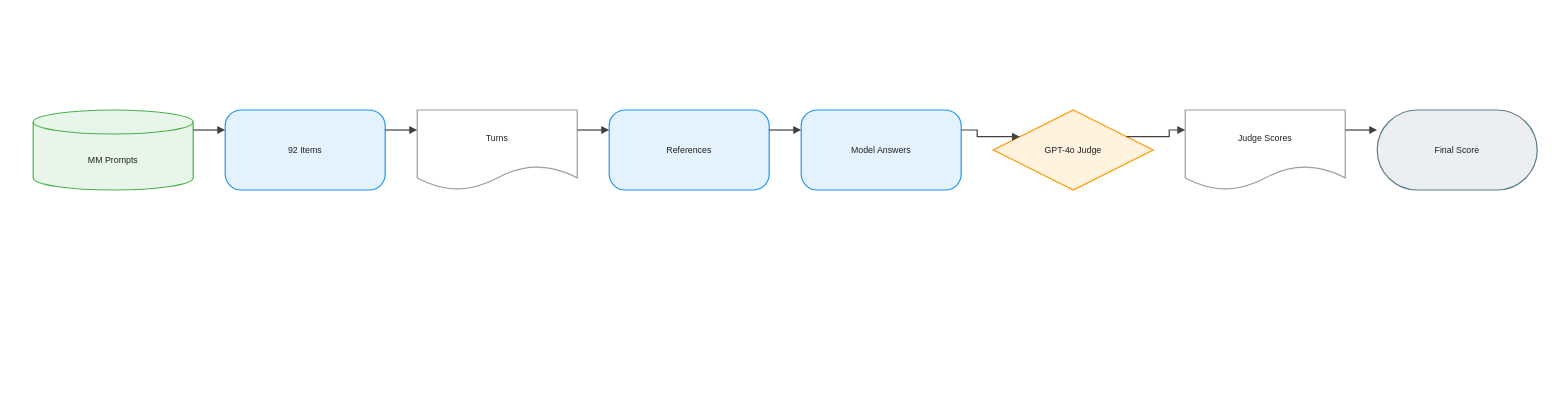
Above: client/public/drawio/MM-MTBench/MM-MTBench.en.drawio in joe1chief/benchmark-hub (draw.io), before the change. Source tidied: cells renumbered, new cells numbered last; positions are measured from the earlier drawing's top-left corner, leaving out a move shared by most shapes. Both pictures are drawn from the tidied source at 80%, with x=0, y=0 at pixel (33, 110).
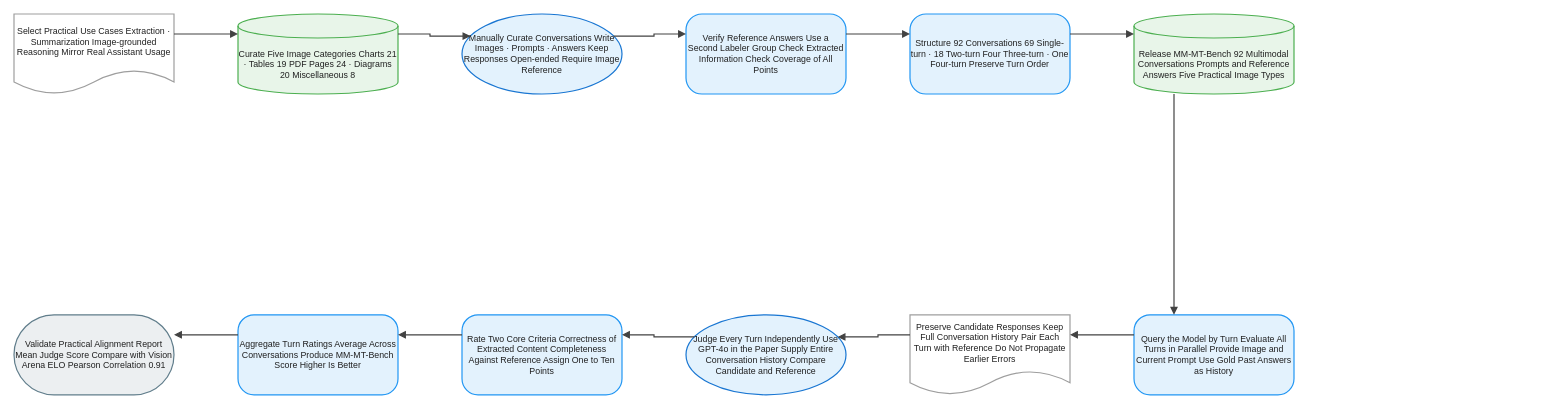
The same page after the edit.

Change to the diagram source:
```diff
@@
-    <mxCell id="2" value="MM Prompts" style="shape=cylinder3;boundedLbl=1;backgroundOutline=1;size=15;html=1;whiteSpace=wrap;fillColor=#E8F5E9;strokeColor=#4CAF50;strokeWidth=1.5;fontColor=#212121;fontSize=11;fontFamily=Arial, Helvetica, sans-serif;verticalAlign=middle;align=center;" parent="1" vertex="1">
-      <mxGeometry width="200" height="100" as="geometry" />
+    <mxCell id="2" value="Select Practical Use Cases Extraction · Summarization Image-grounded Reasoning Mirror Real Assistant Usage" style="shape=document;boundedLbl=1;html=1;whiteSpace=wrap;fillColor=#FFFFFF;strokeColor=#9E9E9E;strokeWidth=1.5;fontColor=#212121;fontSize=11;fontFamily=Arial, Helvetica, sans-serif;verticalAlign=middle;align=center;" parent="1" vertex="1">
+      <mxGeometry x="-24" y="-120" width="200" height="100" as="geometry" />
     </mxCell>
-    <mxCell id="3" value="92 Items" style="rounded=1;arcSize=20;html=1;whiteSpace=wrap;fillColor=#E3F2FD;strokeColor=#2196F3;strokeWidth=1.5;fontColor=#212121;fontSize=11;fontFamily=Arial, Helvetica, sans-serif;verticalAlign=middle;align=center;" parent="1" vertex="1">
-      <mxGeometry x="240" width="200" height="100" as="geometry" />
+    <mxCell id="3" value="Curate Five Image Categories Charts 21 · Tables 19 PDF Pages 24 · Diagrams 20 Miscellaneous 8" style="shape=cylinder3;boundedLbl=1;backgroundOutline=1;size=15;html=1;whiteSpace=wrap;fillColor=#E8F5E9;strokeColor=#4CAF50;strokeWidth=1.5;fontColor=#212121;fontSize=11;fontFamily=Arial, Helvetica, sans-serif;verticalAlign=middle;align=center;" parent="1" vertex="1">
+      <mxGeometry x="256" y="-120" width="200" height="100" as="geometry" />
     </mxCell>
-    <mxCell id="4" value="Turns" style="shape=document;boundedLbl=1;html=1;whiteSpace=wrap;fillColor=#FFFFFF;strokeColor=#9E9E9E;strokeWidth=1.5;fontColor=#212121;fontSize=11;fontFamily=Arial, Helvetica, sans-serif;verticalAlign=middle;align=center;" parent="1" vertex="1">
-      <mxGeometry x="480" width="200" height="100" as="geometry" />
+    <mxCell id="4" value="Manually Curate Conversations Write Images · Prompts · Answers Keep Responses Open-ended Require Image Reference" style="ellipse;html=1;whiteSpace=wrap;fillColor=#E3F2FD;strokeColor=#1976D2;strokeWidth=1.5;fontColor=#212121;fontSize=11;fontFamily=Arial, Helvetica, sans-serif;verticalAlign=middle;align=center;" parent="1" vertex="1">
+      <mxGeometry x="536" y="-120" width="200" height="100" as="geometry" />
     </mxCell>
-    <mxCell id="5" value="References" style="rounded=1;arcSize=20;html=1;whiteSpace=wrap;fillColor=#E3F2FD;strokeColor=#2196F3;strokeWidth=1.5;fontColor=#212121;fontSize=11;fontFamily=Arial, Helvetica, sans-serif;verticalAlign=middle;align=center;" parent="1" vertex="1">
-      <mxGeometry x="720" width="200" height="100" as="geometry" />
+    <mxCell id="5" value="Verify Reference Answers Use a Second Labeler Group Check Extracted Information Check Coverage of All Points" style="rounded=1;arcSize=20;html=1;whiteSpace=wrap;fillColor=#E3F2FD;strokeColor=#2196F3;strokeWidth=1.5;fontColor=#212121;fontSize=11;fontFamily=Arial, Helvetica, sans-serif;verticalAlign=middle;align=center;" parent="1" vertex="1">
+      <mxGeometry x="816" y="-120" width="200" height="100" as="geometry" />
     </mxCell>
-    <mxCell id="6" value="Model Answers" style="rounded=1;arcSize=20;html=1;whiteSpace=wrap;fillColor=#E3F2FD;strokeColor=#2196F3;strokeWidth=1.5;fontColor=#212121;fontSize=11;fontFamily=Arial, Helvetica, sans-serif;verticalAlign=middle;align=center;" parent="1" vertex="1">
-      <mxGeometry x="960" width="200" height="100" as="geometry" />
+    <mxCell id="6" value="Structure 92 Conversations 69 Single-turn · 18 Two-turn Four Three-turn · One Four-turn Preserve Turn Order" style="rounded=1;arcSize=20;html=1;whiteSpace=wrap;fillColor=#E3F2FD;strokeColor=#2196F3;strokeWidth=1.5;fontColor=#212121;fontSize=11;fontFamily=Arial, Helvetica, sans-serif;verticalAlign=middle;align=center;" parent="1" vertex="1">
+      <mxGeometry x="1096" y="-120" width="200" height="100" as="geometry" />
     </mxCell>
-    <mxCell id="7" value="GPT-4o Judge" style="rhombus;html=1;whiteSpace=wrap;fillColor=#FFF3E0;strokeColor=#FF9800;strokeWidth=1.5;fontColor=#212121;fontSize=11;fontFamily=Arial, Helvetica, sans-serif;verticalAlign=middle;align=center;" parent="1" vertex="1">
-      <mxGeometry x="1200" width="200" height="100" as="geometry" />
+    <mxCell id="7" value="Release MM-MT-Bench 92 Multimodal Conversations Prompts and Reference Answers Five Practical Image Types" style="shape=cylinder3;boundedLbl=1;backgroundOutline=1;size=15;html=1;whiteSpace=wrap;fillColor=#E8F5E9;strokeColor=#4CAF50;strokeWidth=1.5;fontColor=#212121;fontSize=11;fontFamily=Arial, Helvetica, sans-serif;verticalAlign=middle;align=center;" parent="1" vertex="1">
+      <mxGeometry x="1376" y="-120" width="200" height="100" as="geometry" />
     </mxCell>
-    <mxCell id="8" value="Judge Scores" style="shape=document;boundedLbl=1;html=1;whiteSpace=wrap;fillColor=#FFFFFF;strokeColor=#9E9E9E;strokeWidth=1.5;fontColor=#212121;fontSize=11;fontFamily=Arial, Helvetica, sans-serif;verticalAlign=middle;align=center;" parent="1" vertex="1">
-      <mxGeometry x="1440" width="200" height="100" as="geometry" />
+    <mxCell id="8" value="Query the Model by Turn Evaluate All Turns in Parallel Provide Image and Current Prompt Use Gold Past Answers as History" style="rounded=1;arcSize=20;html=1;whiteSpace=wrap;fillColor=#E3F2FD;strokeColor=#2196F3;strokeWidth=1.5;fontColor=#212121;fontSize=11;fontFamily=Arial, Helvetica, sans-serif;verticalAlign=middle;align=center;" parent="1" vertex="1">
+      <mxGeometry x="1376" y="256" width="200" height="100" as="geometry" />
     </mxCell>
-    <mxCell id="9" value="Final Score" style="rounded=1;arcSize=50;html=1;whiteSpace=wrap;fillColor=#ECEFF1;strokeColor=#607D8B;strokeWidth=1.5;fontColor=#212121;fontSize=11;fontFamily=Arial, Helvetica, sans-serif;verticalAlign=middle;align=center;" parent="1" vertex="1">
-      <mxGeometry x="1680" width="200" height="100" as="geometry" />
+    <mxCell id="9" value="Preserve Candidate Responses Keep Full Conversation History Pair Each Turn with Reference Do Not Propagate Earlier Errors" style="shape=document;boundedLbl=1;html=1;whiteSpace=wrap;fillColor=#FFFFFF;strokeColor=#9E9E9E;strokeWidth=1.5;fontColor=#212121;fontSize=11;fontFamily=Arial, Helvetica, sans-serif;verticalAlign=middle;align=center;" parent="1" vertex="1">
+      <mxGeometry x="1096" y="256" width="200" height="100" as="geometry" />
     </mxCell>
-    <mxCell id="10" style="edgeStyle=orthogonalEdgeStyle;rounded=0;jettySize=auto;html=1;strokeColor=#424242;strokeWidth=1.5;endArrow=block;endFill=1;exitX=1;exitY=0.25;exitDx=0;exitDy=0;entryX=0;entryY=0.25;entryDx=0;entryDy=0;jumpStyle=arc;jumpSize=8;" parent="1" edge="1" source="2" target="3">
-      <mxGeometry relative="1" as="geometry" />
+    <mxCell id="10" value="Judge Every Turn Independently Use GPT-4o in the Paper Supply Entire Conversation History Compare Candidate and Reference" style="ellipse;html=1;whiteSpace=wrap;fillColor=#E3F2FD;strokeColor=#1976D2;strokeWidth=1.5;fontColor=#212121;fontSize=11;fontFamily=Arial, Helvetica, sans-serif;verticalAlign=middle;align=center;" parent="1" vertex="1">
+      <mxGeometry x="816" y="256" width="200" height="100" as="geometry" />
     </mxCell>
-    <mxCell id="11" style="edgeStyle=orthogonalEdgeStyle;rounded=0;jettySize=auto;html=1;strokeColor=#424242;strokeWidth=1.5;endArrow=block;endFill=1;exitX=1;exitY=0.25;exitDx=0;exitDy=0;entryX=0;entryY=0.25;entryDx=0;entryDy=0;jumpStyle=arc;jumpSize=8;" parent="1" edge="1" source="3" target="4">
-      <mxGeometry relative="1" as="geometry" />
+    <mxCell id="11" value="Rate Two Core Criteria Correctness of Extracted Content Completeness Against Reference Assign One to Ten Points" style="rounded=1;arcSize=20;html=1;whiteSpace=wrap;fillColor=#E3F2FD;strokeColor=#2196F3;strokeWidth=1.5;fontColor=#212121;fontSize=11;fontFamily=Arial, Helvetica, sans-serif;verticalAlign=middle;align=center;" parent="1" vertex="1">
+      <mxGeometry x="536" y="256" width="200" height="100" as="geometry" />
     </mxCell>
-    <mxCell id="12" style="edgeStyle=orthogonalEdgeStyle;rounded=0;jettySize=auto;html=1;strokeColor=#424242;strokeWidth=1.5;endArrow=block;endFill=1;exitX=1;exitY=0.25;exitDx=0;exitDy=0;entryX=0;entryY=0.25;entryDx=0;entryDy=0;jumpStyle=arc;jumpSize=8;" parent="1" edge="1" source="4" target="5">
-      <mxGeometry relative="1" as="geometry" />
+    <mxCell id="12" value="Aggregate Turn Ratings Average Across Conversations Produce MM-MT-Bench Score Higher Is Better" style="rounded=1;arcSize=20;html=1;whiteSpace=wrap;fillColor=#E3F2FD;strokeColor=#2196F3;strokeWidth=1.5;fontColor=#212121;fontSize=11;fontFamily=Arial, Helvetica, sans-serif;verticalAlign=middle;align=center;" parent="1" vertex="1">
+      <mxGeometry x="256" y="256" width="200" height="100" as="geometry" />
     </mxCell>
-    <mxCell id="13" style="edgeStyle=orthogonalEdgeStyle;rounded=0;jettySize=auto;html=1;strokeColor=#424242;strokeWidth=1.5;endArrow=block;endFill=1;exitX=1;exitY=0.25;exitDx=0;exitDy=0;entryX=0;entryY=0.25;entryDx=0;entryDy=0;jumpStyle=arc;jumpSize=8;" parent="1" edge="1" source="5" target="6">
-      <mxGeometry relative="1" as="geometry" />
+    <mxCell id="13" value="Validate Practical Alignment Report Mean Judge Score Compare with Vision Arena ELO Pearson Correlation 0.91" style="rounded=1;arcSize=50;html=1;whiteSpace=wrap;fillColor=#ECEFF1;strokeColor=#607D8B;strokeWidth=1.5;fontColor=#212121;fontSize=11;fontFamily=Arial, Helvetica, sans-serif;verticalAlign=middle;align=center;" parent="1" vertex="1">
+      <mxGeometry x="-24" y="256" width="200" height="100" as="geometry" />
     </mxCell>
-    <mxCell id="14" style="edgeStyle=orthogonalEdgeStyle;rounded=0;jettySize=auto;html=1;strokeColor=#424242;strokeWidth=1.5;endArrow=block;endFill=1;exitX=1;exitY=0.25;exitDx=0;exitDy=0;entryX=0;entryY=0.25;entryDx=0;entryDy=0;jumpStyle=arc;jumpSize=8;" parent="1" edge="1" source="6" target="7">
+    <mxCell id="14" style="edgeStyle=orthogonalEdgeStyle;rounded=0;jettySize=auto;html=1;strokeColor=#424242;strokeWidth=1.5;endArrow=block;endFill=1;exitX=1;exitY=0.25;exitDx=0;exitDy=0;entryX=0;entryY=0.25;entryDx=0;entryDy=0;jumpStyle=arc;jumpSize=8;" parent="1" edge="1" source="2" target="3">
       <mxGeometry relative="1" as="geometry" />
     </mxCell>
-    <mxCell id="15" style="edgeStyle=orthogonalEdgeStyle;rounded=0;jettySize=auto;html=1;strokeColor=#424242;strokeWidth=1.5;endArrow=block;endFill=1;exitX=1;exitY=0.25;exitDx=0;exitDy=0;entryX=0;entryY=0.25;entryDx=0;entryDy=0;jumpStyle=arc;jumpSize=8;" parent="1" edge="1" source="7" target="8">
+    <mxCell id="15" style="edgeStyle=orthogonalEdgeStyle;rounded=0;jettySize=auto;html=1;strokeColor=#424242;strokeWidth=1.5;endArrow=block;endFill=1;exitX=1;exitY=0.25;exitDx=0;exitDy=0;entryX=0;entryY=0.25;entryDx=0;entryDy=0;jumpStyle=arc;jumpSize=8;" parent="1" edge="1" source="3" target="4">
       <mxGeometry relative="1" as="geometry" />
     </mxCell>
-    <mxCell id="16" style="edgeStyle=orthogonalEdgeStyle;rounded=0;jettySize=auto;html=1;strokeColor=#424242;strokeWidth=1.5;endArrow=block;endFill=1;exitX=1;exitY=0.25;exitDx=0;exitDy=0;entryX=0;entryY=0.25;entryDx=0;entryDy=0;jumpStyle=arc;jumpSize=8;" parent="1" edge="1" source="8" target="9">
+    <mxCell id="16" style="edgeStyle=orthogonalEdgeStyle;rounded=0;jettySize=auto;html=1;strokeColor=#424242;strokeWidth=1.5;endArrow=block;endFill=1;exitX=1;exitY=0.25;exitDx=0;exitDy=0;entryX=0;entryY=0.25;entryDx=0;entryDy=0;jumpStyle=arc;jumpSize=8;" parent="1" edge="1" source="4" target="5">
       <mxGeometry relative="1" as="geometry" />
     </mxCell>
+    <mxCell id="17" style="edgeStyle=orthogonalEdgeStyle;rounded=0;jettySize=auto;html=1;strokeColor=#424242;strokeWidth=1.5;endArrow=block;endFill=1;exitX=1;exitY=0.25;exitDx=0;exitDy=0;entryX=0;entryY=0.25;entryDx=0;entryDy=0;jumpStyle=arc;jumpSize=8;" parent="1" edge="1" source="5" target="6">
+      <mxGeometry relative="1" as="geometry" />
+    </mxCell>
+    <mxCell id="18" style="edgeStyle=orthogonalEdgeStyle;rounded=0;jettySize=auto;html=1;strokeColor=#424242;strokeWidth=1.5;endArrow=block;endFill=1;exitX=1;exitY=0.25;exitDx=0;exitDy=0;entryX=0;entryY=0.25;entryDx=0;entryDy=0;jumpStyle=arc;jumpSize=8;" parent="1" edge="1" source="6" target="7">
+      <mxGeometry relative="1" as="geometry" />
+    </mxCell>
+    <mxCell id="19" style="edgeStyle=orthogonalEdgeStyle;rounded=0;jettySize=auto;html=1;strokeColor=#424242;strokeWidth=1.5;endArrow=block;endFill=1;exitX=0.25;exitY=1;exitDx=0;exitDy=0;entryX=0.25;entryY=0;entryDx=0;entryDy=0;jumpStyle=arc;jumpSize=8;" parent="1" edge="1" source="7" target="8">
+      <mxGeometry relative="1" as="geometry" />
+    </mxCell>
+    <mxCell id="20" style="edgeStyle=orthogonalEdgeStyle;rounded=0;jettySize=auto;html=1;strokeColor=#424242;strokeWidth=1.5;endArrow=block;endFill=1;exitX=0;exitY=0.25;exitDx=0;exitDy=0;entryX=1;entryY=0.25;entryDx=0;entryDy=0;jumpStyle=arc;jumpSize=8;" parent="1" edge="1" source="8" target="9">
+      <mxGeometry relative="1" as="geometry" />
+    </mxCell>
+    <mxCell id="21" style="edgeStyle=orthogonalEdgeStyle;rounded=0;jettySize=auto;html=1;strokeColor=#424242;strokeWidth=1.5;endArrow=block;endFill=1;exitX=0;exitY=0.25;exitDx=0;exitDy=0;entryX=1;entryY=0.25;entryDx=0;entryDy=0;jumpStyle=arc;jumpSize=8;" parent="1" edge="1" source="9" target="10">
+      <mxGeometry relative="1" as="geometry" />
+    </mxCell>
+    <mxCell id="22" style="edgeStyle=orthogonalEdgeStyle;rounded=0;jettySize=auto;html=1;strokeColor=#424242;strokeWidth=1.5;endArrow=block;endFill=1;exitX=0;exitY=0.25;exitDx=0;exitDy=0;entryX=1;entryY=0.25;entryDx=0;entryDy=0;jumpStyle=arc;jumpSize=8;" parent="1" edge="1" source="10" target="11">
+      <mxGeometry relative="1" as="geometry" />
+    </mxCell>
+    <mxCell id="23" style="edgeStyle=orthogonalEdgeStyle;rounded=0;jettySize=auto;html=1;strokeColor=#424242;strokeWidth=1.5;endArrow=block;endFill=1;exitX=0;exitY=0.25;exitDx=0;exitDy=0;entryX=1;entryY=0.25;entryDx=0;entryDy=0;jumpStyle=arc;jumpSize=8;" parent="1" edge="1" source="11" target="12">
+      <mxGeometry relative="1" as="geometry" />
+    </mxCell>
+    <mxCell id="24" style="edgeStyle=orthogonalEdgeStyle;rounded=0;jettySize=auto;html=1;strokeColor=#424242;strokeWidth=1.5;endArrow=block;endFill=1;exitX=0;exitY=0.25;exitDx=0;exitDy=0;entryX=1;entryY=0.25;entryDx=0;entryDy=0;jumpStyle=arc;jumpSize=8;" parent="1" edge="1" source="12" target="13">
+      <mxGeometry relative="1" as="geometry" />
+    </mxCell>
```
